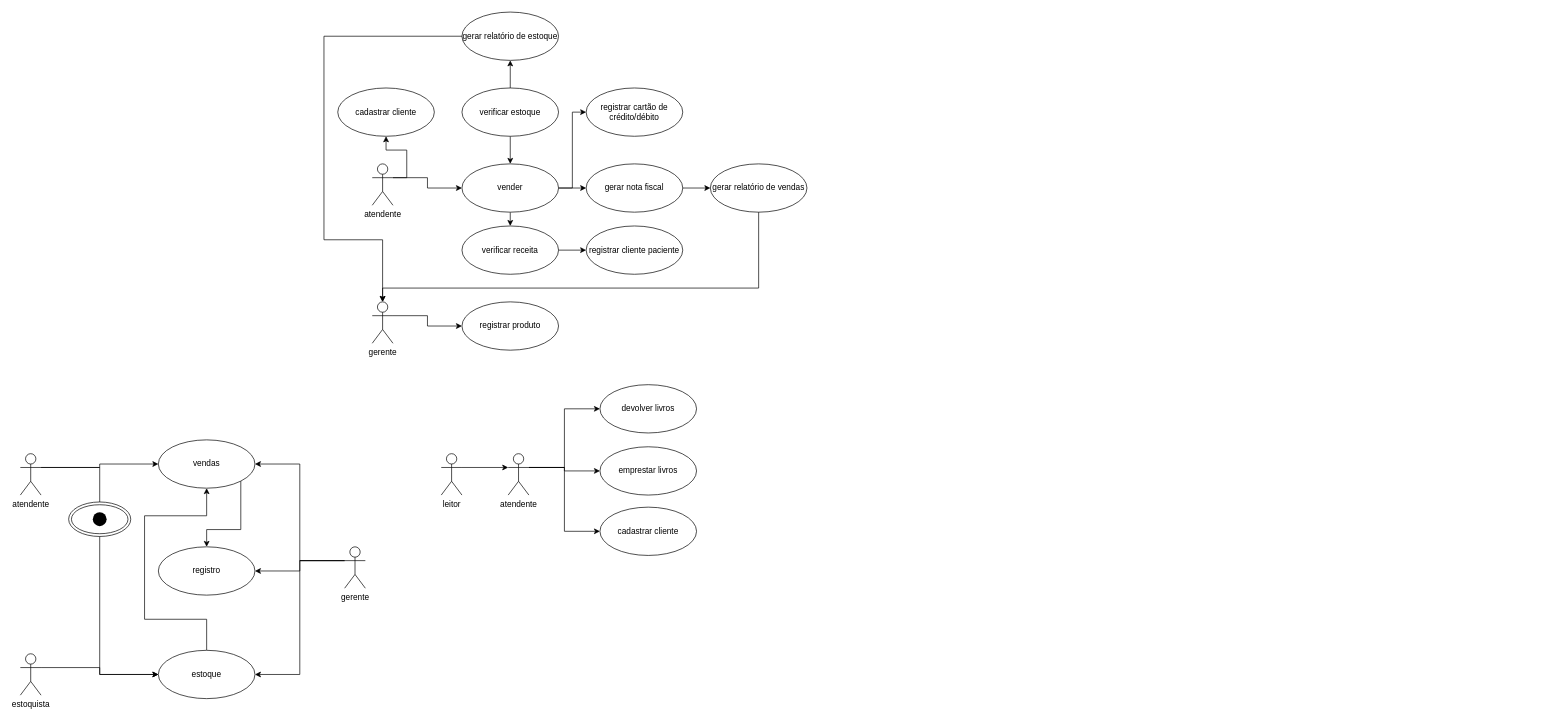
Batatax-lua/UNIP-2 keeps this draw.io diagram as Diagrama sem nome.drawio. Above is the earlier version. Source tidied: cells renumbered, new cells numbered last; positions are measured from the earlier drawing's top-left corner, leaving out a move shared by most shapes. Both pictures are drawn from the tidied source at 69%, with x=0, y=0 at pixel (20, 12).
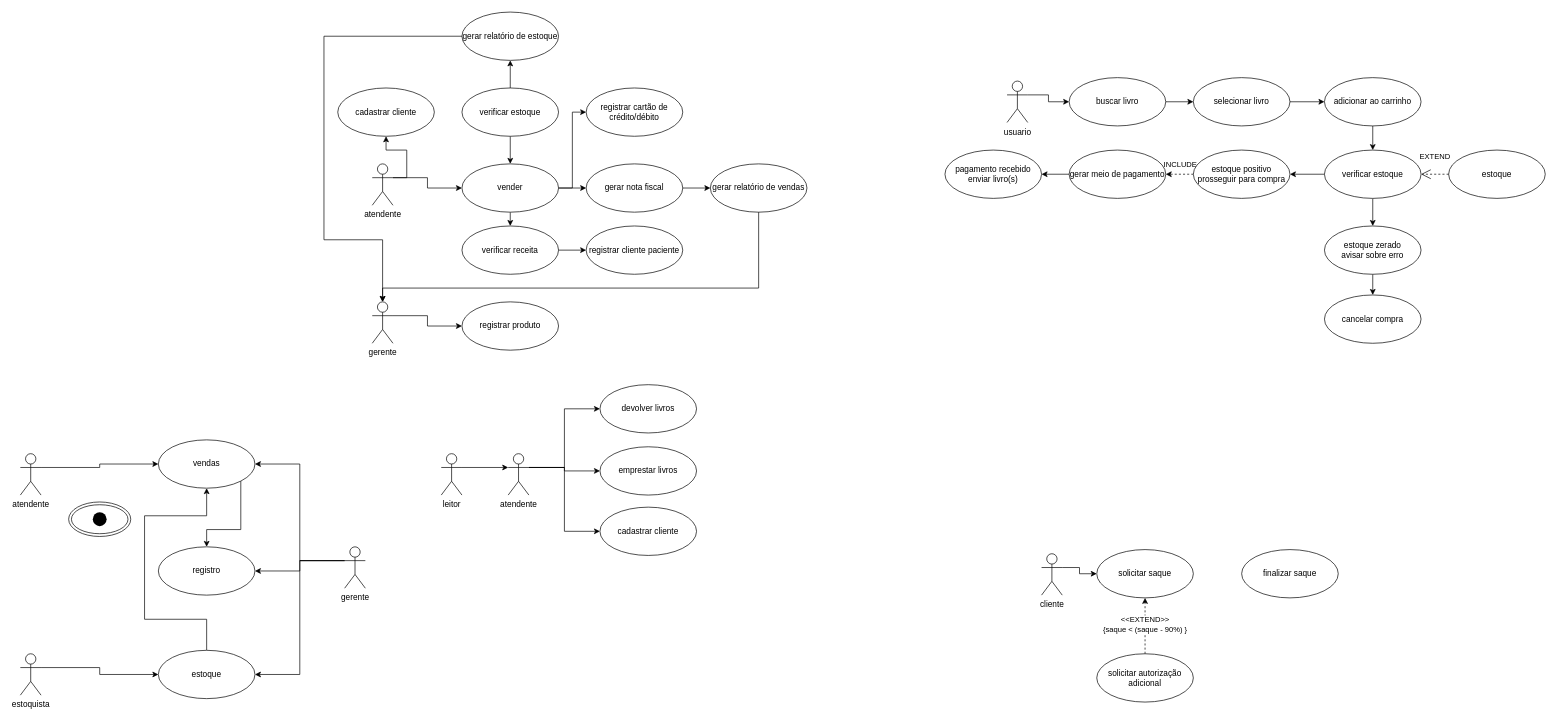
After the change.

The change refers to these unchanged cells:
```xml
<mxCell id="4" value="atendente" style="shape=umlActor;verticalLabelPosition=bottom;verticalAlign=top;html=1;" parent="1" vertex="1">
  <mxGeometry y="640" width="30" height="60" as="geometry" />
</mxCell>
<mxCell id="14" value="estoque" style="ellipse;whiteSpace=wrap;html=1;" parent="1" vertex="1">
  <mxGeometry x="200" y="925" width="140" height="70" as="geometry" />
</mxCell>
```

Diff of the diagram source:
```diff
@@
-    <mxCell id="3" style="edgeStyle=orthogonalEdgeStyle;rounded=0;jettySize=auto;html=1;exitX=1;exitY=0.3333333333333333;exitDx=0;exitDy=0;exitPerimeter=0;entryX=0;entryY=0.5;entryDx=0;entryDy=0;" parent="1" edge="1" source="4" target="14">
-      <mxGeometry relative="1" as="geometry" />
-    </mxCell>
@@
+    <mxCell id="51" style="edgeStyle=orthogonalEdgeStyle;rounded=0;jettySize=auto;html=1;exitX=1;exitY=0.3333333333333333;exitDx=0;exitDy=0;exitPerimeter=0;entryX=0;entryY=0.5;entryDx=0;entryDy=0;" parent="1" edge="1" source="52" target="54">
+      <mxGeometry relative="1" as="geometry" />
+    </mxCell>
+    <mxCell id="52" value="usuario" style="shape=umlActor;verticalLabelPosition=bottom;verticalAlign=top;html=1;" parent="1" vertex="1">
+      <mxGeometry x="1430" y="100" width="30" height="60" as="geometry" />
+    </mxCell>
+    <mxCell id="53" style="edgeStyle=orthogonalEdgeStyle;rounded=0;jettySize=auto;html=1;exitX=1;exitY=0.5;exitDx=0;exitDy=0;entryX=0;entryY=0.5;entryDx=0;entryDy=0;" parent="1" edge="1" source="54" target="56">
+      <mxGeometry relative="1" as="geometry" />
+    </mxCell>
+    <mxCell id="54" value="buscar livro" style="ellipse;whiteSpace=wrap;html=1;" parent="1" vertex="1">
+      <mxGeometry x="1520" y="95" width="140" height="70" as="geometry" />
+    </mxCell>
+    <mxCell id="55" style="edgeStyle=orthogonalEdgeStyle;rounded=0;jettySize=auto;html=1;exitX=1;exitY=0.5;exitDx=0;exitDy=0;entryX=0;entryY=0.5;entryDx=0;entryDy=0;" parent="1" edge="1" source="56" target="58">
+      <mxGeometry relative="1" as="geometry" />
+    </mxCell>
+    <mxCell id="56" value="selecionar livro" style="ellipse;whiteSpace=wrap;html=1;" parent="1" vertex="1">
+      <mxGeometry x="1700" y="95" width="140" height="70" as="geometry" />
+    </mxCell>
+    <mxCell id="57" style="edgeStyle=orthogonalEdgeStyle;rounded=0;jettySize=auto;html=1;exitX=0.5;exitY=1;exitDx=0;exitDy=0;entryX=0.5;entryY=0;entryDx=0;entryDy=0;" parent="1" edge="1" source="58" target="61">
+      <mxGeometry relative="1" as="geometry" />
+    </mxCell>
+    <mxCell id="58" value="adicionar ao carrinho" style="ellipse;whiteSpace=wrap;html=1;" parent="1" vertex="1">
+      <mxGeometry x="1890" y="95" width="140" height="70" as="geometry" />
+    </mxCell>
+    <mxCell id="59" style="edgeStyle=orthogonalEdgeStyle;rounded=0;jettySize=auto;html=1;exitX=0;exitY=0.5;exitDx=0;exitDy=0;entryX=1;entryY=0.5;entryDx=0;entryDy=0;" parent="1" edge="1" source="61" target="64">
+      <mxGeometry relative="1" as="geometry" />
+    </mxCell>
+    <mxCell id="60" style="edgeStyle=orthogonalEdgeStyle;rounded=0;jettySize=auto;html=1;exitX=0.5;exitY=1;exitDx=0;exitDy=0;entryX=0.5;entryY=0;entryDx=0;entryDy=0;" parent="1" edge="1" source="61" target="69">
+      <mxGeometry relative="1" as="geometry" />
+    </mxCell>
+    <mxCell id="61" value="verificar estoque" style="ellipse;whiteSpace=wrap;html=1;" parent="1" vertex="1">
+      <mxGeometry x="1890" y="200" width="140" height="70" as="geometry" />
+    </mxCell>
+    <mxCell id="62" style="edgeStyle=orthogonalEdgeStyle;rounded=0;jettySize=auto;html=1;exitX=0;exitY=0.5;exitDx=0;exitDy=0;entryX=1;entryY=0.5;entryDx=0;entryDy=0;dashed=1;" parent="1" edge="1" source="64" target="66">
+      <mxGeometry relative="1" as="geometry" />
+    </mxCell>
+    <mxCell id="63" value="INCLUDE" style="edgeLabel;html=1;align=center;verticalAlign=middle;" parent="62" vertex="1">
+      <mxGeometry x="-0.19" y="-2" relative="1" as="geometry">
+        <mxPoint x="-4" y="-13" as="offset" />
+      </mxGeometry>
+    </mxCell>
+    <mxCell id="64" value="estoque positivo&lt;div&gt;prosseguir para compra&lt;/div&gt;" style="ellipse;whiteSpace=wrap;html=1;" parent="1" vertex="1">
+      <mxGeometry x="1700" y="200" width="140" height="70" as="geometry" />
+    </mxCell>
+    <mxCell id="65" style="edgeStyle=orthogonalEdgeStyle;rounded=0;jettySize=auto;html=1;exitX=0;exitY=0.5;exitDx=0;exitDy=0;entryX=1;entryY=0.5;entryDx=0;entryDy=0;" parent="1" edge="1" source="66" target="67">
+      <mxGeometry relative="1" as="geometry" />
+    </mxCell>
+    <mxCell id="66" value="gerar meio de pagamento" style="ellipse;whiteSpace=wrap;html=1;" parent="1" vertex="1">
+      <mxGeometry x="1520" y="200" width="140" height="70" as="geometry" />
+    </mxCell>
+    <mxCell id="67" value="pagamento recebido&lt;div&gt;enviar livro(s)&lt;/div&gt;" style="ellipse;whiteSpace=wrap;html=1;" parent="1" vertex="1">
+      <mxGeometry x="1340" y="200" width="140" height="70" as="geometry" />
+    </mxCell>
+    <mxCell id="68" style="edgeStyle=orthogonalEdgeStyle;rounded=0;jettySize=auto;html=1;exitX=0.5;exitY=1;exitDx=0;exitDy=0;entryX=0.5;entryY=0;entryDx=0;entryDy=0;" parent="1" edge="1" source="69" target="70">
+      <mxGeometry relative="1" as="geometry" />
+    </mxCell>
+    <mxCell id="69" value="estoque zerado&lt;div&gt;avisar sobre erro&lt;/div&gt;" style="ellipse;whiteSpace=wrap;html=1;" parent="1" vertex="1">
+      <mxGeometry x="1890" y="310" width="140" height="70" as="geometry" />
+    </mxCell>
+    <mxCell id="70" value="cancelar compra" style="ellipse;whiteSpace=wrap;html=1;" parent="1" vertex="1">
+      <mxGeometry x="1890" y="410" width="140" height="70" as="geometry" />
+    </mxCell>
+    <mxCell id="71" value="estoque" style="ellipse;whiteSpace=wrap;html=1;" parent="1" vertex="1">
+      <mxGeometry x="2070" y="200" width="140" height="70" as="geometry" />
+    </mxCell>
+    <mxCell id="72" value="EXTEND" style="endArrow=open;endSize=12;dashed=1;html=1;rounded=0;entryX=1;entryY=0.5;entryDx=0;entryDy=0;exitX=0;exitY=0.5;exitDx=0;exitDy=0;" parent="1" edge="1" source="71" target="61">
+      <mxGeometry y="-25" relative="1" as="geometry">
+        <Array as="points">
+          <mxPoint x="2060" y="235" />
+        </Array>
+      </mxGeometry>
+    </mxCell>
+    <mxCell id="73" style="edgeStyle=orthogonalEdgeStyle;rounded=0;jettySize=auto;html=1;exitX=1;exitY=0.3333333333333333;exitDx=0;exitDy=0;exitPerimeter=0;entryX=0;entryY=0.5;entryDx=0;entryDy=0;" parent="1" edge="1" source="74" target="75">
+      <mxGeometry relative="1" as="geometry" />
+    </mxCell>
+    <mxCell id="74" value="cliente" style="shape=umlActor;verticalLabelPosition=bottom;verticalAlign=top;html=1;" parent="1" vertex="1">
+      <mxGeometry x="1480" y="785" width="30" height="60" as="geometry" />
+    </mxCell>
+    <mxCell id="75" value="solicitar saque" style="ellipse;whiteSpace=wrap;html=1;" parent="1" vertex="1">
+      <mxGeometry x="1560" y="779" width="140" height="70" as="geometry" />
+    </mxCell>
+    <mxCell id="76" style="edgeStyle=orthogonalEdgeStyle;rounded=0;jettySize=auto;html=1;exitX=0.5;exitY=0;exitDx=0;exitDy=0;entryX=0.5;entryY=1;entryDx=0;entryDy=0;dashed=1;" parent="1" edge="1" source="78" target="75">
+      <mxGeometry relative="1" as="geometry" />
+    </mxCell>
+    <mxCell id="77" value="&amp;lt;&amp;lt;EXTEND&amp;gt;&amp;gt;&lt;div&gt;{saque &amp;lt; (saque - 90%) }&lt;/div&gt;" style="edgeLabel;html=1;align=center;verticalAlign=middle;" parent="76" vertex="1">
+      <mxGeometry x="0.05" y="1" relative="1" as="geometry" />
+    </mxCell>
+    <mxCell id="78" value="&lt;div&gt;&lt;/div&gt;&lt;div&gt;solicitar autorização adicional&lt;/div&gt;" style="ellipse;whiteSpace=wrap;html=1;" parent="1" vertex="1">
+      <mxGeometry x="1560" y="930" width="140" height="70" as="geometry" />
+    </mxCell>
+    <mxCell id="79" value="finalizar saque" style="ellipse;whiteSpace=wrap;html=1;" parent="1" vertex="1">
+      <mxGeometry x="1770" y="779" width="140" height="70" as="geometry" />
+    </mxCell>
```
